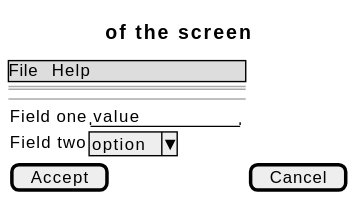
Above: docs/01-requirements/use-cases/editProfile/wireframes.svg in didactika/kampus (PlantUML), before the change.
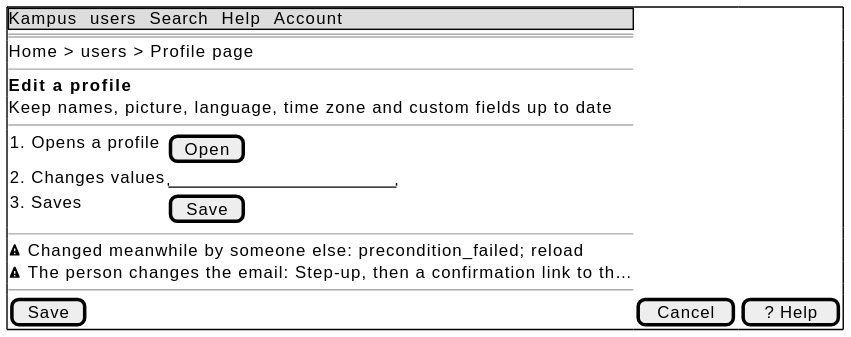
After the commit.

Diff of the diagram source:
```diff
@@ -1,13 +1,21 @@
 @startsalt
-{
-  {* File | Help }
+{+
+  {* Kampus | users | Search | Help | Account }
   ==
-  Title of the screen
+  Home > users > Profile page
+  --
+  <b>Edit a profile
+  Keep names, picture, language, time zone and custom fields up to date
   --
   {
-    Field one | "value        "
-    Field two | ^option^
+    1. Opens a profile | [ Open ]
+    2. Changes values | "                    "
+    3. Saves | [ Save ]
   }
-  [ Accept ] | [ Cancel ]
+  --
+  <&warning> Changed meanwhile by someone else: precondition_failed; reload
+  <&warning> The person changes the email: Step-up, then a confirmation link to th…
+  --
+  [ Save ] | [ Cancel ] | [ ? Help ]
 }
 @endsalt
```
